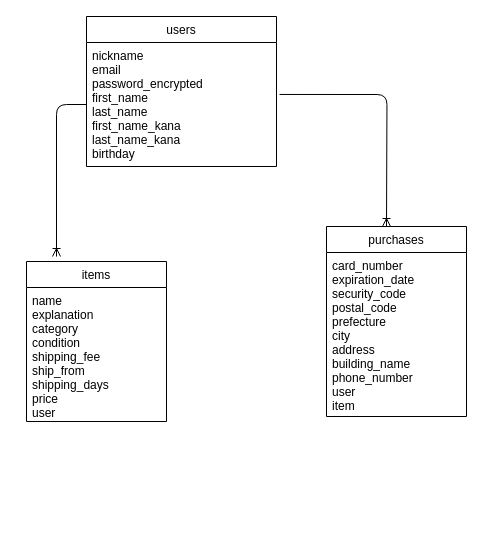
Before: ER.dio in phnii/furima-36773, a draw.io diagram. Source tidied: cells renumbered, new cells numbered last; positions are measured from the earlier drawing's top-left corner, leaving out a move shared by most shapes. Both pictures are drawn from the tidied source at 100%, with x=0, y=0 at pixel (26, 16).
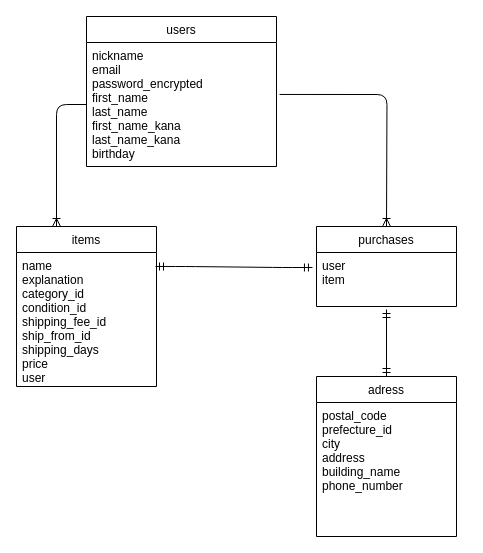
The same diagram, later.

Diff of the diagram source:
```diff
@@
 <mxGraphModel>
   <root>
     <mxCell id="0" />
     <mxCell id="1" parent="0" />
     <mxCell id="2" value="users" style="swimlane;fontStyle=0;horizontal=1;startSize=26;" parent="1" vertex="1">
       <mxGeometry x="60" width="190" height="150" as="geometry" />
     </mxCell>
     <mxCell id="3" value="nickname&#10;email&#10;password_encrypted&#10;first_name&#10;last_name&#10;first_name_kana&#10;last_name_kana&#10;birthday" style="text;strokeColor=none;fillColor=none;align=left;verticalAlign=top;spacingLeft=4;spacingRight=4;overflow=hidden;points=[[0,0.5],[1,0.5]];portConstraint=eastwest;spacingTop=0;spacingBottom=0;" parent="2" vertex="1">
       <mxGeometry y="26" width="190" height="124" as="geometry" />
     </mxCell>
     <mxCell id="4" value="items" style="swimlane;fontStyle=0;horizontal=1;startSize=26;" parent="1" vertex="1">
-      <mxGeometry y="245" width="140" height="160" as="geometry" />
+      <mxGeometry x="-10" y="210" width="140" height="160" as="geometry" />
     </mxCell>
-    <mxCell id="5" value="name&#10;explanation&#10;category&#10;condition&#10;shipping_fee&#10;ship_from&#10;shipping_days&#10;price&#10;user" style="text;strokeColor=none;fillColor=none;align=left;verticalAlign=top;spacingLeft=4;spacingRight=4;overflow=hidden;" parent="4" vertex="1">
+    <mxCell id="5" value="name&#10;explanation&#10;category_id&#10;condition_id&#10;shipping_fee_id&#10;ship_from_id&#10;shipping_days&#10;price&#10;user" style="text;strokeColor=none;fillColor=none;align=left;verticalAlign=top;spacingLeft=4;spacingRight=4;overflow=hidden;" parent="4" vertex="1">
       <mxGeometry y="26" width="140" height="134" as="geometry" />
     </mxCell>
     <mxCell id="6" style="fontSize=12;html=1;endArrow=ERoneToMany;fontColor=#f0f0f0;exitX=1.016;exitY=0.419;exitDx=0;exitDy=0;exitPerimeter=0;edgeStyle=orthogonalEdgeStyle;" parent="1" edge="1" source="3">
       <mxGeometry relative="1" as="geometry">
         <mxPoint x="360" y="210" as="targetPoint" />
       </mxGeometry>
     </mxCell>
     <mxCell id="7" style="fontSize=12;html=1;endArrow=ERoneToMany;fontColor=#f0f0f0;exitX=0;exitY=0.5;exitDx=0;exitDy=0;edgeStyle=elbowEdgeStyle;elbow=vertical;" parent="1" edge="1" source="3">
       <mxGeometry relative="1" as="geometry">
-        <mxPoint x="30" y="240" as="targetPoint" />
+        <mxPoint x="30" y="210" as="targetPoint" />
         <Array as="points">
           <mxPoint x="20" y="88" />
         </Array>
       </mxGeometry>
     </mxCell>
-    <mxCell id="8" value="purchases" style="swimlane;fontStyle=0;horizontal=1;startSize=26;" parent="1" vertex="1">
-      <mxGeometry x="300" y="210" width="140" height="190" as="geometry" />
+    <mxCell id="8" value="adress" style="swimlane;fontStyle=0;horizontal=1;startSize=26;" parent="1" vertex="1">
+      <mxGeometry x="290" y="360" width="140" height="160" as="geometry" />
     </mxCell>
-    <mxCell id="9" value="card_number&#10;expiration_date&#10;security_code&#10;postal_code&#10;prefecture&#10;city&#10;address&#10;building_name&#10;phone_number&#10;user&#10;item" style="text;strokeColor=none;fillColor=none;align=left;verticalAlign=top;spacingLeft=4;spacingRight=4;overflow=hidden;" parent="8" vertex="1">
-      <mxGeometry y="26" width="140" height="164" as="geometry" />
+    <mxCell id="9" value="postal_code&#10;prefecture_id&#10;city&#10;address&#10;building_name&#10;phone_number" style="text;strokeColor=none;fillColor=none;align=left;verticalAlign=top;spacingLeft=4;spacingRight=4;overflow=hidden;" parent="8" vertex="1">
+      <mxGeometry y="26" width="140" height="134" as="geometry" />
     </mxCell>
+    <mxCell id="10" value="purchases" style="swimlane;fontStyle=0;horizontal=1;startSize=26;" parent="1" vertex="1">
+      <mxGeometry x="290" y="210" width="140" height="80" as="geometry" />
+    </mxCell>
+    <mxCell id="11" value="user&#10;item" style="text;strokeColor=none;fillColor=none;align=left;verticalAlign=top;spacingLeft=4;spacingRight=4;overflow=hidden;points=[[0,0.5],[1,0.5]];portConstraint=eastwest;" parent="10" vertex="1">
+      <mxGeometry y="26" width="140" height="54" as="geometry" />
+    </mxCell>
+    <mxCell id="12" style="fontSize=12;html=1;endArrow=ERmandOne;startArrow=ERmandOne;entryX=0.5;entryY=0;entryDx=0;entryDy=0;" parent="1" edge="1" target="8">
+      <mxGeometry relative="1" as="geometry">
+        <mxPoint x="360" y="293" as="sourcePoint" />
+      </mxGeometry>
+    </mxCell>
+    <mxCell id="13" style="edgeStyle=entityRelationEdgeStyle;fontSize=12;html=1;endArrow=ERmandOne;startArrow=ERmandOne;entryX=-0.029;entryY=0.278;entryDx=0;entryDy=0;entryPerimeter=0;" parent="1" edge="1" target="11">
+      <mxGeometry relative="1" as="geometry">
+        <mxPoint x="129" y="250" as="sourcePoint" />
+      </mxGeometry>
+    </mxCell>
   </root>
 </mxGraphModel>
```
